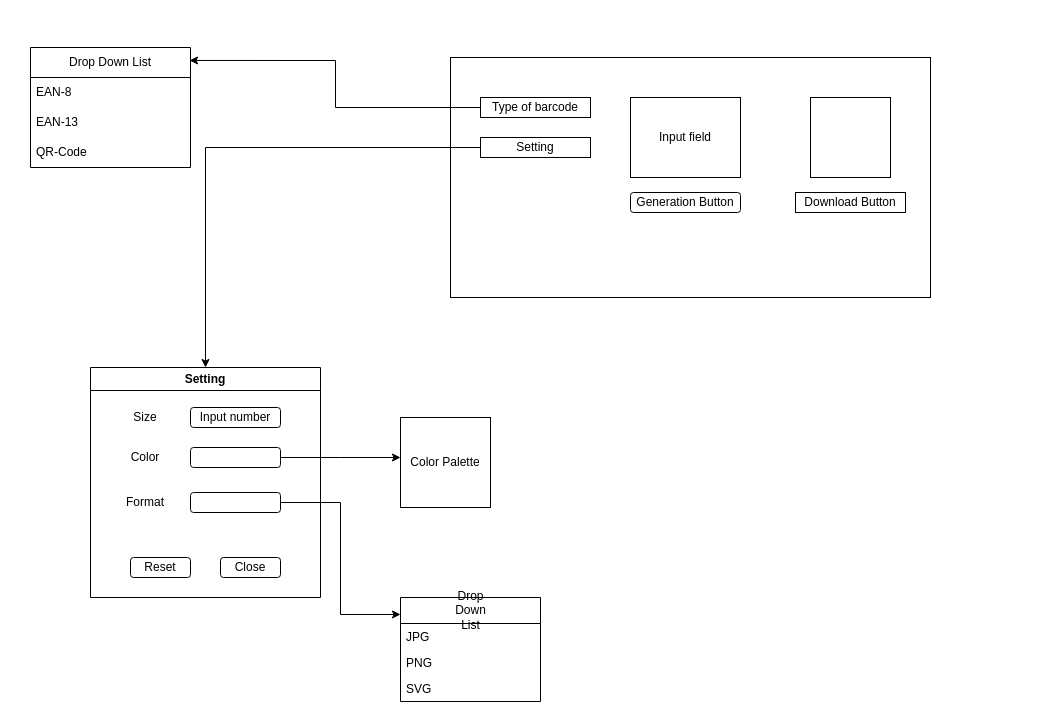
This is frontend/Frontend UI.drawio from JeffLiHK/online_barcode_generator_design, a draw.io file, before an edit. Source tidied: cells renumbered, new cells numbered last; positions are measured from the earlier drawing's top-left corner, leaving out a move shared by most shapes. Both pictures are drawn from the tidied source at 100%, with x=0, y=0 at pixel (30, 47).
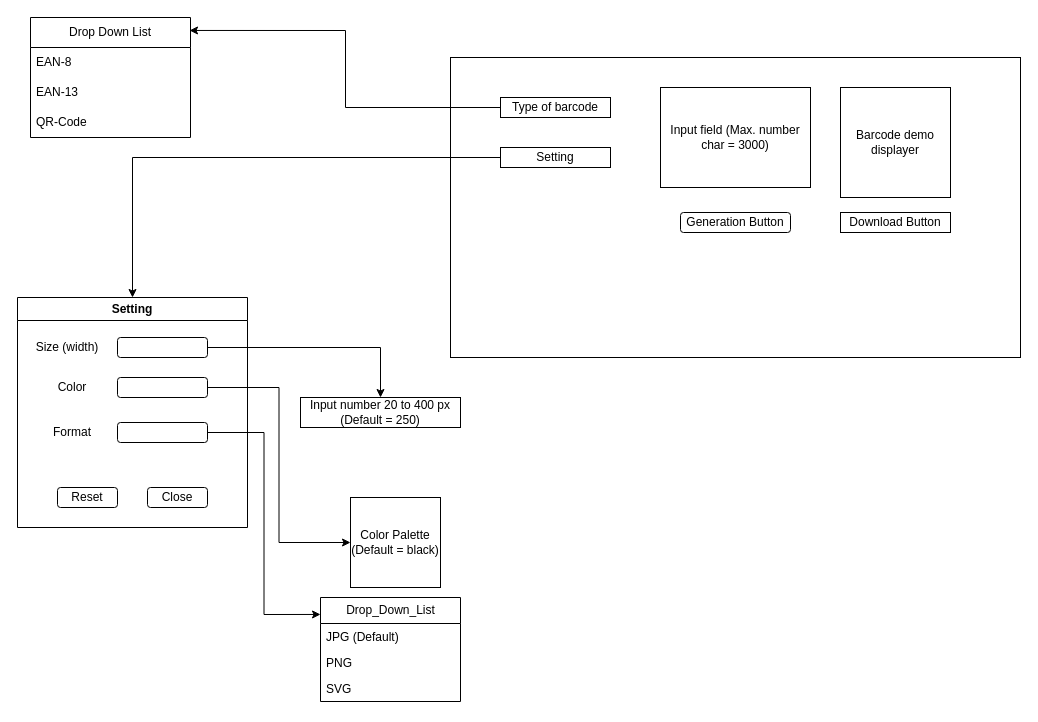
The same diagram, later.

Unchanged cells that the change refers to:
```xml
<mxCell id="19" style="rounded=1;whiteSpace=wrap;html=1;" parent="15" vertex="1">
  <mxGeometry x="100" y="80" width="90" height="20" as="geometry" />
</mxCell>
```

The edit, as a diff of the source:
```diff
@@
     <mxCell id="2" style="rounded=0;whiteSpace=wrap;html=1;" parent="1" vertex="1">
-      <mxGeometry x="420" y="10" width="480" height="240" as="geometry" />
+      <mxGeometry x="420" y="10" width="570" height="300" as="geometry" />
     </mxCell>
-    <mxCell id="3" value="Input field" style="rounded=0;whiteSpace=wrap;html=1;" parent="1" vertex="1">
-      <mxGeometry x="600" y="50" width="110" height="80" as="geometry" />
+    <mxCell id="3" value="Input field (Max. number char = 3000)" style="rounded=0;whiteSpace=wrap;html=1;" parent="1" vertex="1">
+      <mxGeometry x="630" y="40" width="150" height="100" as="geometry" />
     </mxCell>
     <mxCell id="4" value="Type of barcode" style="rounded=0;whiteSpace=wrap;html=1;" parent="1" vertex="1">
-      <mxGeometry x="450" y="50" width="110" height="20" as="geometry" />
+      <mxGeometry x="470" y="50" width="110" height="20" as="geometry" />
     </mxCell>
     <mxCell id="5" value="Generation Button" style="rounded=1;whiteSpace=wrap;html=1;" parent="1" vertex="1">
-      <mxGeometry x="600" y="145" width="110" height="20" as="geometry" />
+      <mxGeometry x="650" y="165" width="110" height="20" as="geometry" />
     </mxCell>
@@
     <mxCell id="7" value="Setting" style="rounded=0;whiteSpace=wrap;html=1;" parent="1" vertex="1">
-      <mxGeometry x="450" y="90" width="110" height="20" as="geometry" />
+      <mxGeometry x="470" y="100" width="110" height="20" as="geometry" />
     </mxCell>
     <mxCell id="8" value="Download Button" style="rounded=0;whiteSpace=wrap;html=1;" parent="1" vertex="1">
-      <mxGeometry x="765" y="145" width="110" height="20" as="geometry" />
+      <mxGeometry x="810" y="165" width="110" height="20" as="geometry" />
     </mxCell>
     <mxCell id="9" value="Drop Down List" style="swimlane;fontStyle=0;horizontal=1;startSize=30;whiteSpace=wrap;html=1;" parent="1" vertex="1">
-      <mxGeometry width="160" height="120" as="geometry" />
+      <mxGeometry y="-30" width="160" height="120" as="geometry" />
     </mxCell>
@@
-    <mxCell id="13" style="whiteSpace=wrap;html=1;" parent="1" vertex="1">
-      <mxGeometry x="780" y="50" width="80" height="80" as="geometry" />
+    <mxCell id="13" value="Barcode demo displayer" style="whiteSpace=wrap;html=1;" parent="1" vertex="1">
+      <mxGeometry x="810" y="40" width="110" height="110" as="geometry" />
     </mxCell>
@@
     <mxCell id="15" value="Setting" style="swimlane;whiteSpace=wrap;html=1;" parent="1" vertex="1">
-      <mxGeometry x="60" y="320" width="230" height="230" as="geometry" />
+      <mxGeometry x="-13" y="250" width="230" height="230" as="geometry" />
     </mxCell>
@@
-    <mxCell id="17" value="Input number" style="rounded=1;whiteSpace=wrap;html=1;" parent="15" vertex="1">
+    <mxCell id="17" style="rounded=1;whiteSpace=wrap;html=1;" parent="15" vertex="1">
       <mxGeometry x="100" y="40" width="90" height="20" as="geometry" />
     </mxCell>
-    <mxCell id="18" style="edgeStyle=orthogonalEdgeStyle;rounded=0;jettySize=auto;html=1;exitX=1;exitY=0.5;exitDx=0;exitDy=0;" parent="15" edge="1" source="19">
-      <mxGeometry relative="1" as="geometry">
-        <mxPoint x="310" y="90" as="targetPoint" />
-      </mxGeometry>
-    </mxCell>
@@
-    <mxCell id="20" value="Size" style="text;html=1;align=center;verticalAlign=middle;whiteSpace=wrap;rounded=0;" parent="15" vertex="1">
-      <mxGeometry x="40" y="45" width="30" height="10" as="geometry" />
+    <mxCell id="20" value="Size (width)" style="text;html=1;align=center;verticalAlign=middle;whiteSpace=wrap;rounded=0;" parent="15" vertex="1">
+      <mxGeometry x="10" y="45" width="80" height="10" as="geometry" />
     </mxCell>
@@
-    <mxCell id="25" value="&lt;span style=&quot;text-wrap: wrap;&quot;&gt;Drop Down List&lt;/span&gt;" style="swimlane;fontStyle=0;horizontal=1;startSize=26;fillColor=none;html=1;" parent="1" vertex="1">
-      <mxGeometry x="370" y="550" width="140" height="104" as="geometry" />
+    <mxCell id="25" value="&lt;span style=&quot;text-wrap: wrap;&quot;&gt;Drop_Down_List&lt;/span&gt;" style="swimlane;fontStyle=0;horizontal=1;startSize=26;fillColor=none;html=1;" parent="1" vertex="1">
+      <mxGeometry x="290" y="550" width="140" height="104" as="geometry" />
     </mxCell>
-    <mxCell id="26" value="JPG" style="text;strokeColor=none;fillColor=none;align=left;verticalAlign=top;spacingLeft=4;spacingRight=4;overflow=hidden;whiteSpace=wrap;html=1;" parent="25" vertex="1">
+    <mxCell id="26" value="JPG (Default)" style="text;strokeColor=none;fillColor=none;align=left;verticalAlign=top;spacingLeft=4;spacingRight=4;overflow=hidden;whiteSpace=wrap;html=1;" parent="25" vertex="1">
       <mxGeometry y="26" width="140" height="26" as="geometry" />
     </mxCell>
@@
-    <mxCell id="30" value="Color Palette" style="whiteSpace=wrap;html=1;" parent="1" vertex="1">
-      <mxGeometry x="370" y="370" width="90" height="90" as="geometry" />
+    <mxCell id="30" value="Color Palette (Default = black)" style="whiteSpace=wrap;html=1;" parent="1" vertex="1">
+      <mxGeometry x="320" y="450" width="90" height="90" as="geometry" />
     </mxCell>
+    <mxCell id="31" style="edgeStyle=orthogonalEdgeStyle;rounded=0;jettySize=auto;html=1;exitX=1;exitY=0.5;exitDx=0;exitDy=0;entryX=0;entryY=0.5;entryDx=0;entryDy=0;" parent="1" edge="1" source="19" target="30">
+      <mxGeometry relative="1" as="geometry" />
+    </mxCell>
+    <mxCell id="32" value="Input number 20 to 400 px (Default = 250)" style="rounded=0;whiteSpace=wrap;html=1;" parent="1" vertex="1">
+      <mxGeometry x="270" y="350" width="160" height="30" as="geometry" />
+    </mxCell>
+    <mxCell id="33" style="edgeStyle=orthogonalEdgeStyle;rounded=0;jettySize=auto;html=1;exitX=1;exitY=0.5;exitDx=0;exitDy=0;" parent="1" edge="1" source="17" target="32">
+      <mxGeometry relative="1" as="geometry" />
+    </mxCell>
```
